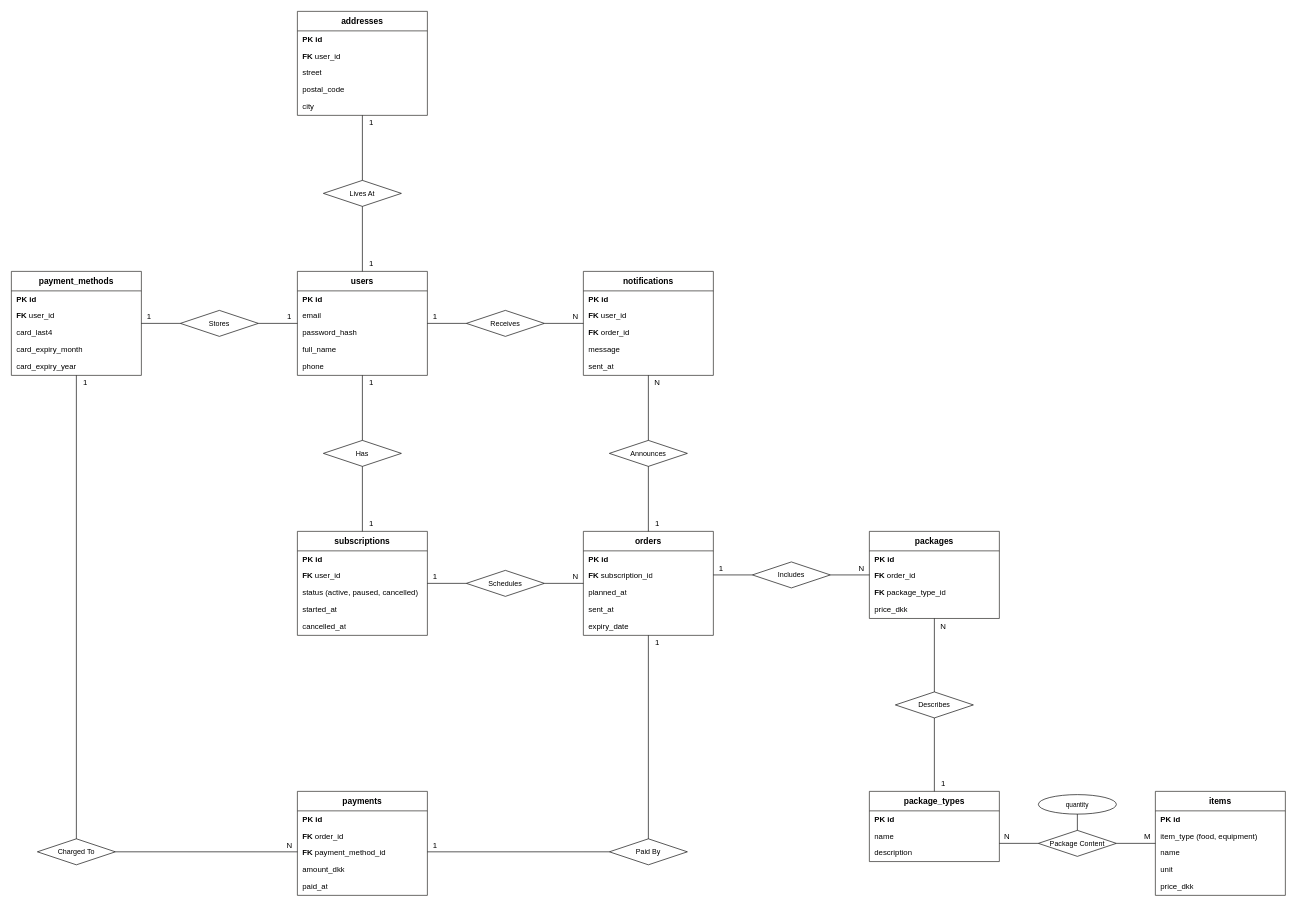
Earlier version of the draw.io diagram docs/assets/drawio/er-diagram.drawio (Mosekjaer/prepmeup). Source tidied: cells renumbered, new cells numbered last; positions are measured from the earlier drawing's top-left corner, leaving out a move shared by most shapes. Both pictures are drawn from the tidied source at 65%, with x=0, y=0 at pixel (11, 11).
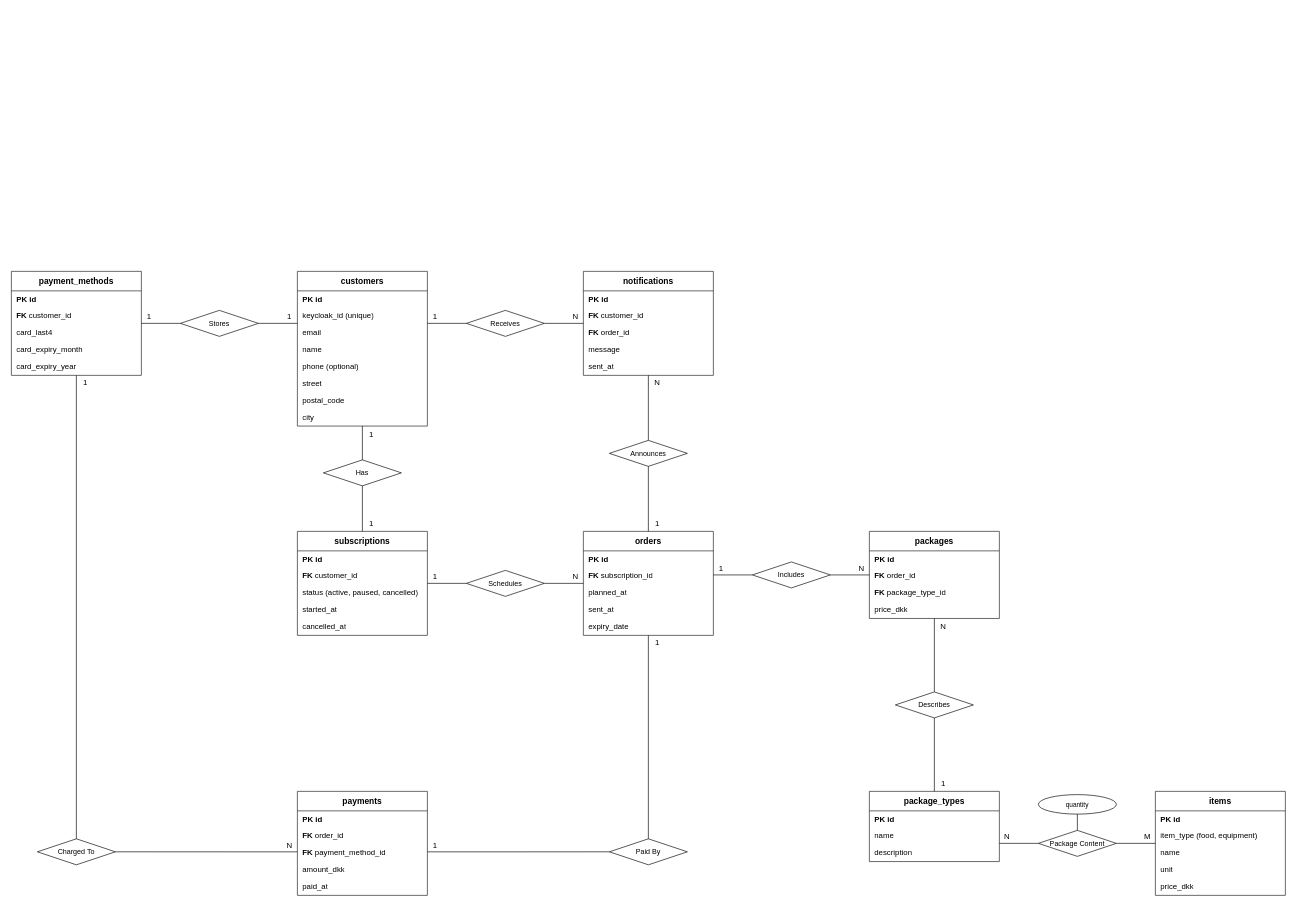
Above is the later version.

Commit message:
docs: merge addresses into customers in ER diagram

Renames users to customers with keycloak_id, drops password_hash because Keycloak owns credentials, and stores the address as street, postal_code and city columns on customers. Foreign keys user_id become customer_id.

Unchanged cells that the change refers to:
```xml
<mxCell id="8" value="payment_methods" style="swimlane;fontStyle=1;horizontal=1;startSize=30;fillColor=#FFFFFF;strokeColor=#1c1b18;strokeWidth=1;fontFamily=Helvetica;fontSize=13;" parent="1" vertex="1">
  <mxGeometry y="400" width="200" height="160" as="geometry" />
</mxCell>
<mxCell id="20" value="notifications" style="swimlane;fontStyle=1;horizontal=1;startSize=30;fillColor=#FFFFFF;strokeColor=#1c1b18;strokeWidth=1;fontFamily=Helvetica;fontSize=13;" parent="1" vertex="1">
  <mxGeometry x="880" y="400" width="200" height="160" as="geometry" />
</mxCell>
<mxCell id="26" value="subscriptions" style="swimlane;fontStyle=1;horizontal=1;startSize=30;fillColor=#FFFFFF;strokeColor=#1c1b18;strokeWidth=1;fontFamily=Helvetica;fontSize=13;" parent="1" vertex="1">
  <mxGeometry x="440" y="800" width="200" height="160" as="geometry" />
</mxCell>
<mxCell id="64" value="Stores" style="rhombus;whiteSpace=wrap;html=1;fontSize=11;" parent="1" vertex="1">
  <mxGeometry x="260" y="460" width="120" height="40" as="geometry" />
</mxCell>
<mxCell id="69" value="Receives" style="rhombus;whiteSpace=wrap;html=1;fontSize=11;" parent="1" vertex="1">
  <mxGeometry x="700" y="460" width="120" height="40" as="geometry" />
</mxCell>
```

The edit, as a diff of the source:
```diff
@@
-    <mxCell id="2" value="addresses" style="swimlane;fontStyle=1;horizontal=1;startSize=30;fillColor=#FFFFFF;strokeColor=#1c1b18;strokeWidth=1;fontFamily=Helvetica;fontSize=13;" parent="1" vertex="1">
-      <mxGeometry x="440" width="200" height="160" as="geometry" />
-    </mxCell>
-    <mxCell id="3" value="&lt;b&gt;PK id&lt;/b&gt;" style="text;strokeColor=none;fillColor=none;align=left;verticalAlign=middle;spacingLeft=6;spacingRight=4;overflow=hidden;fontSize=12;fontFamily=Helvetica;html=1;" parent="2" vertex="1">
-      <mxGeometry y="30" width="200" height="26" as="geometry" />
-    </mxCell>
-    <mxCell id="4" value="&lt;b&gt;FK &lt;/b&gt;user_id" style="text;strokeColor=none;fillColor=none;align=left;verticalAlign=middle;spacingLeft=6;spacingRight=4;overflow=hidden;fontSize=12;fontFamily=Helvetica;html=1;" parent="2" vertex="1">
-      <mxGeometry y="56" width="200" height="26" as="geometry" />
-    </mxCell>
-    <mxCell id="5" value="street" style="text;strokeColor=none;fillColor=none;align=left;verticalAlign=middle;spacingLeft=6;spacingRight=4;overflow=hidden;fontSize=12;fontFamily=Helvetica;html=1;" parent="2" vertex="1">
-      <mxGeometry y="82" width="200" height="26" as="geometry" />
-    </mxCell>
-    <mxCell id="6" value="postal_code" style="text;strokeColor=none;fillColor=none;align=left;verticalAlign=middle;spacingLeft=6;spacingRight=4;overflow=hidden;fontSize=12;fontFamily=Helvetica;html=1;" parent="2" vertex="1">
-      <mxGeometry y="108" width="200" height="26" as="geometry" />
-    </mxCell>
-    <mxCell id="7" value="city" style="text;strokeColor=none;fillColor=none;align=left;verticalAlign=middle;spacingLeft=6;spacingRight=4;overflow=hidden;fontSize=12;fontFamily=Helvetica;html=1;" parent="2" vertex="1">
-      <mxGeometry y="134" width="200" height="26" as="geometry" />
-    </mxCell>
@@
-    <mxCell id="10" value="&lt;b&gt;FK &lt;/b&gt;user_id" style="text;strokeColor=none;fillColor=none;align=left;verticalAlign=middle;spacingLeft=6;spacingRight=4;overflow=hidden;fontSize=12;fontFamily=Helvetica;html=1;" parent="8" vertex="1">
+    <mxCell id="10" value="&lt;b&gt;FK &lt;/b&gt;customer_id" style="text;strokeColor=none;fillColor=none;align=left;verticalAlign=middle;spacingLeft=6;spacingRight=4;overflow=hidden;fontSize=12;fontFamily=Helvetica;html=1;" parent="8" vertex="1">
       <mxGeometry y="56" width="200" height="26" as="geometry" />
     </mxCell>
@@
-    <mxCell id="14" value="users" style="swimlane;fontStyle=1;horizontal=1;startSize=30;fillColor=#FFFFFF;strokeColor=#1c1b18;strokeWidth=1;fontFamily=Helvetica;fontSize=13;" parent="1" vertex="1">
-      <mxGeometry x="440" y="400" width="200" height="160" as="geometry" />
-    </mxCell>
-    <mxCell id="15" value="&lt;b&gt;PK id&lt;/b&gt;" style="text;strokeColor=none;fillColor=none;align=left;verticalAlign=middle;spacingLeft=6;spacingRight=4;overflow=hidden;fontSize=12;fontFamily=Helvetica;html=1;" parent="14" vertex="1">
-      <mxGeometry y="30" width="200" height="26" as="geometry" />
-    </mxCell>
+    <mxCell id="116" value="customers" style="swimlane;fontStyle=1;horizontal=1;startSize=30;fillColor=#FFFFFF;strokeColor=#1c1b18;strokeWidth=1;fontFamily=Helvetica;fontSize=13;" parent="1" vertex="1">
+      <mxGeometry x="440" y="400" width="200" height="238" as="geometry" />
+    </mxCell>
+    <mxCell id="117" value="&lt;b&gt;PK id&lt;/b&gt;" style="text;strokeColor=none;fillColor=none;align=left;verticalAlign=middle;spacingLeft=6;spacingRight=4;overflow=hidden;fontSize=12;fontFamily=Helvetica;html=1;" parent="116" vertex="1">
+      <mxGeometry y="30" width="200" height="26" as="geometry" />
+    </mxCell>
+    <mxCell id="118" value="keycloak_id (unique)" style="text;strokeColor=none;fillColor=none;align=left;verticalAlign=middle;spacingLeft=6;spacingRight=4;overflow=hidden;fontSize=12;fontFamily=Helvetica;html=1;" parent="116" vertex="1">
+      <mxGeometry y="56" width="200" height="26" as="geometry" />
+    </mxCell>
-    <mxCell id="16" value="email" style="text;strokeColor=none;fillColor=none;align=left;verticalAlign=middle;spacingLeft=6;spacingRight=4;overflow=hidden;fontSize=12;fontFamily=Helvetica;html=1;" parent="14" vertex="1">
-      <mxGeometry y="56" width="200" height="26" as="geometry" />
+    <mxCell id="16" value="email" style="text;strokeColor=none;fillColor=none;align=left;verticalAlign=middle;spacingLeft=6;spacingRight=4;overflow=hidden;fontSize=12;fontFamily=Helvetica;html=1;" parent="116" vertex="1">
+      <mxGeometry y="82" width="200" height="26" as="geometry" />
     </mxCell>
-    <mxCell id="17" value="password_hash" style="text;strokeColor=none;fillColor=none;align=left;verticalAlign=middle;spacingLeft=6;spacingRight=4;overflow=hidden;fontSize=12;fontFamily=Helvetica;html=1;" parent="14" vertex="1">
-      <mxGeometry y="82" width="200" height="26" as="geometry" />
-    </mxCell>
-    <mxCell id="18" value="full_name" style="text;strokeColor=none;fillColor=none;align=left;verticalAlign=middle;spacingLeft=6;spacingRight=4;overflow=hidden;fontSize=12;fontFamily=Helvetica;html=1;" parent="14" vertex="1">
-      <mxGeometry y="108" width="200" height="26" as="geometry" />
-    </mxCell>
-    <mxCell id="19" value="phone" style="text;strokeColor=none;fillColor=none;align=left;verticalAlign=middle;spacingLeft=6;spacingRight=4;overflow=hidden;fontSize=12;fontFamily=Helvetica;html=1;" parent="14" vertex="1">
-      <mxGeometry y="134" width="200" height="26" as="geometry" />
-    </mxCell>
+    <mxCell id="119" value="name" style="text;strokeColor=none;fillColor=none;align=left;verticalAlign=middle;spacingLeft=6;spacingRight=4;overflow=hidden;fontSize=12;fontFamily=Helvetica;html=1;" parent="116" vertex="1">
+      <mxGeometry y="108" width="200" height="26" as="geometry" />
+    </mxCell>
+    <mxCell id="120" value="phone (optional)" style="text;strokeColor=none;fillColor=none;align=left;verticalAlign=middle;spacingLeft=6;spacingRight=4;overflow=hidden;fontSize=12;fontFamily=Helvetica;html=1;" parent="116" vertex="1">
+      <mxGeometry y="134" width="200" height="26" as="geometry" />
+    </mxCell>
+    <mxCell id="5" value="street" style="text;strokeColor=none;fillColor=none;align=left;verticalAlign=middle;spacingLeft=6;spacingRight=4;overflow=hidden;fontSize=12;fontFamily=Helvetica;html=1;" parent="116" vertex="1">
+      <mxGeometry y="160" width="200" height="26" as="geometry" />
+    </mxCell>
+    <mxCell id="6" value="postal_code" style="text;strokeColor=none;fillColor=none;align=left;verticalAlign=middle;spacingLeft=6;spacingRight=4;overflow=hidden;fontSize=12;fontFamily=Helvetica;html=1;" parent="116" vertex="1">
+      <mxGeometry y="186" width="200" height="26" as="geometry" />
+    </mxCell>
+    <mxCell id="7" value="city" style="text;strokeColor=none;fillColor=none;align=left;verticalAlign=middle;spacingLeft=6;spacingRight=4;overflow=hidden;fontSize=12;fontFamily=Helvetica;html=1;" parent="116" vertex="1">
+      <mxGeometry y="212" width="200" height="26" as="geometry" />
+    </mxCell>
@@
-    <mxCell id="22" value="&lt;b&gt;FK &lt;/b&gt;user_id" style="text;strokeColor=none;fillColor=none;align=left;verticalAlign=middle;spacingLeft=6;spacingRight=4;overflow=hidden;fontSize=12;fontFamily=Helvetica;html=1;" parent="20" vertex="1">
+    <mxCell id="22" value="&lt;b&gt;FK &lt;/b&gt;customer_id" style="text;strokeColor=none;fillColor=none;align=left;verticalAlign=middle;spacingLeft=6;spacingRight=4;overflow=hidden;fontSize=12;fontFamily=Helvetica;html=1;" parent="20" vertex="1">
       <mxGeometry y="56" width="200" height="26" as="geometry" />
     </mxCell>
@@
-    <mxCell id="28" value="&lt;b&gt;FK &lt;/b&gt;user_id" style="text;strokeColor=none;fillColor=none;align=left;verticalAlign=middle;spacingLeft=6;spacingRight=4;overflow=hidden;fontSize=12;fontFamily=Helvetica;html=1;" parent="26" vertex="1">
+    <mxCell id="28" value="&lt;b&gt;FK &lt;/b&gt;customer_id" style="text;strokeColor=none;fillColor=none;align=left;verticalAlign=middle;spacingLeft=6;spacingRight=4;overflow=hidden;fontSize=12;fontFamily=Helvetica;html=1;" parent="26" vertex="1">
       <mxGeometry y="56" width="200" height="26" as="geometry" />
     </mxCell>
@@
-    <mxCell id="59" value="Lives At" style="rhombus;whiteSpace=wrap;html=1;fontSize=11;" parent="1" vertex="1">
-      <mxGeometry x="480" y="260" width="120" height="40" as="geometry" />
-    </mxCell>
-    <mxCell id="60" style="endArrow=none;html=1;rounded=0;exitX=0.5;exitY=1.0000;exitDx=0;exitDy=0;entryX=0.5;entryY=0.0000;entryDx=0;entryDy=0;" parent="1" edge="1" source="59" target="14">
-      <mxGeometry relative="1" as="geometry" />
-    </mxCell>
-    <mxCell id="61" value="1" style="text;html=1;whiteSpace=wrap;strokeColor=none;fillColor=none;align=center;verticalAlign=middle;rounded=0;" parent="1" vertex="1">
-      <mxGeometry x="544" y="378" width="20" height="20" as="geometry" />
-    </mxCell>
-    <mxCell id="62" style="endArrow=none;html=1;rounded=0;exitX=0.5;exitY=0.0000;exitDx=0;exitDy=0;entryX=0.5;entryY=1.0000;entryDx=0;entryDy=0;" parent="1" edge="1" source="59" target="2">
-      <mxGeometry relative="1" as="geometry" />
-    </mxCell>
-    <mxCell id="63" value="1" style="text;html=1;whiteSpace=wrap;strokeColor=none;fillColor=none;align=center;verticalAlign=middle;rounded=0;" parent="1" vertex="1">
-      <mxGeometry x="544" y="162" width="20" height="20" as="geometry" />
-    </mxCell>
@@
-    <mxCell id="65" style="endArrow=none;html=1;rounded=0;exitX=1;exitY=0.5000;exitDx=0;exitDy=0;entryX=0;entryY=0.5000;entryDx=0;entryDy=0;" parent="1" edge="1" source="64" target="14">
+    <mxCell id="65" style="endArrow=none;html=1;rounded=0;exitX=1;exitY=0.5000;exitDx=0;exitDy=0;entryX=0;entryY=0.3361;entryDx=0;entryDy=0;" parent="1" edge="1" source="64" target="116">
       <mxGeometry relative="1" as="geometry" />
     </mxCell>
@@
-    <mxCell id="70" style="endArrow=none;html=1;rounded=0;exitX=0;exitY=0.5000;exitDx=0;exitDy=0;entryX=1;entryY=0.5000;entryDx=0;entryDy=0;" parent="1" edge="1" source="69" target="14">
+    <mxCell id="70" style="endArrow=none;html=1;rounded=0;exitX=0;exitY=0.5000;exitDx=0;exitDy=0;entryX=1;entryY=0.3361;entryDx=0;entryDy=0;" parent="1" edge="1" source="69" target="116">
       <mxGeometry relative="1" as="geometry" />
     </mxCell>
@@
     <mxCell id="74" value="Has" style="rhombus;whiteSpace=wrap;html=1;fontSize=11;" parent="1" vertex="1">
-      <mxGeometry x="480" y="660" width="120" height="40" as="geometry" />
+      <mxGeometry x="480" y="690" width="120" height="40" as="geometry" />
     </mxCell>
-    <mxCell id="75" style="endArrow=none;html=1;rounded=0;exitX=0.5;exitY=0.0000;exitDx=0;exitDy=0;entryX=0.5;entryY=1.0000;entryDx=0;entryDy=0;" parent="1" edge="1" source="74" target="14">
+    <mxCell id="75" style="endArrow=none;html=1;rounded=0;exitX=0.5;exitY=0.0000;exitDx=0;exitDy=0;entryX=0.5;entryY=1.0000;entryDx=0;entryDy=0;" parent="1" edge="1" source="74" target="116">
       <mxGeometry relative="1" as="geometry" />
     </mxCell>
     <mxCell id="76" value="1" style="text;html=1;whiteSpace=wrap;strokeColor=none;fillColor=none;align=center;verticalAlign=middle;rounded=0;" parent="1" vertex="1">
-      <mxGeometry x="544" y="562" width="20" height="20" as="geometry" />
+      <mxGeometry x="544" y="642" width="20" height="20" as="geometry" />
     </mxCell>
```
